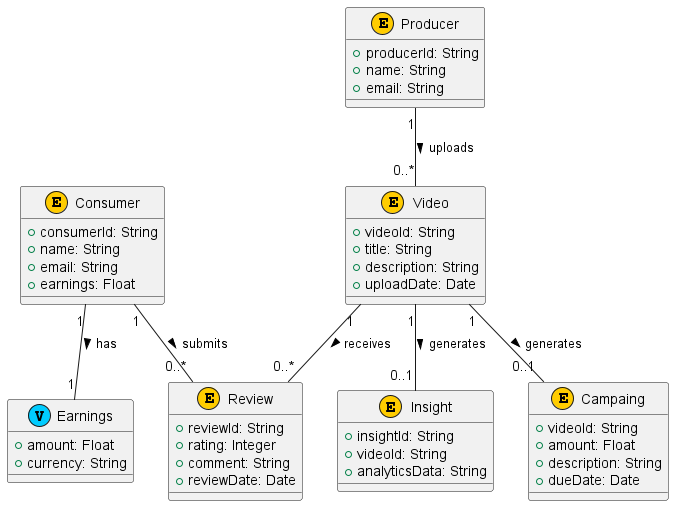
This is docs/images/colaborative_model.png from jacastillo302/earnforglance, a PlantUML export, as it was before one commit.
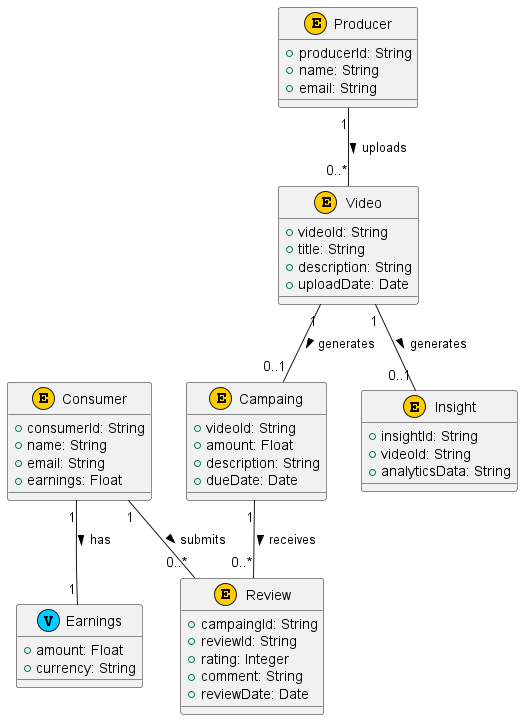
After the commit.

The edit, as a diff of the source:
```diff
@@ -32,6 +32,7 @@
 }
 
 ENTITY(Review) {
+    +campaingId: String
     +reviewId: String
     +rating: Integer
     +comment: String
@@ -52,7 +53,7 @@
 Consumer "1" -- "0..*" Review : submits >
 Consumer "1" -- "1" Earnings : has >
 Producer "1" -- "0..*" Video : uploads >
-Video "1" -- "0..*" Review : receives >
+Campaing "1" -- "0..*" Review : receives >
 Video "1" -- "0..1" Insight : generates >
 Video  "1" -- "0..1" Campaing : generates >
 
```
